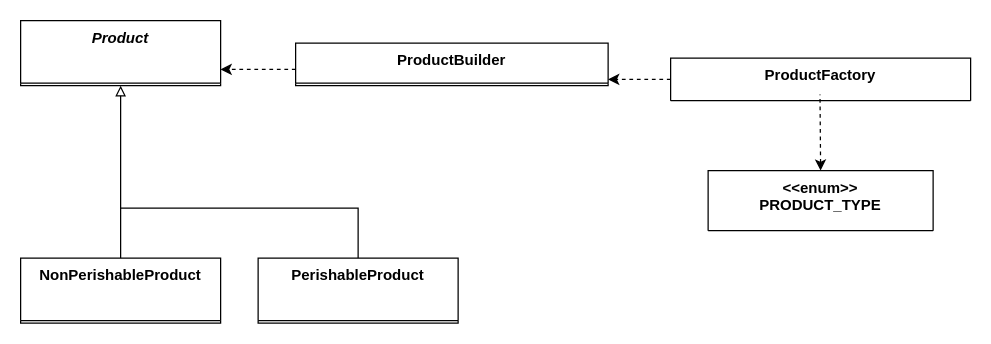
Above: Products concept.drawio in John-Ad/prg2-group-project (draw.io), before the change. Source tidied: cells renumbered, new cells numbered last; positions are measured from the earlier drawing's top-left corner, leaving out a move shared by most shapes. Both pictures are drawn from the tidied source at 125%, with x=0, y=0 at pixel (20, 20).
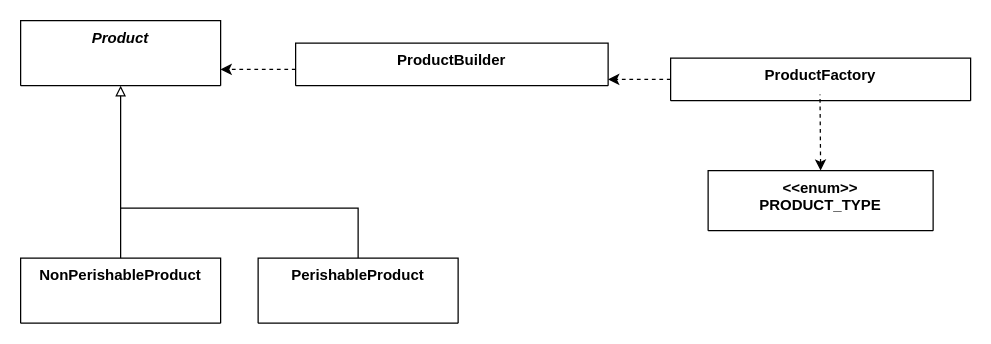
The same diagram, later.

Diff of the diagram source:
```diff
@@
 <mxGraphModel>
   <root>
     <mxCell id="0" />
     <mxCell id="1" parent="0" />
-    <mxCell id="2" value="Product" style="swimlane;fontStyle=3;align=center;verticalAlign=top;horizontal=1;startSize=50;" parent="1" vertex="1">
+    <mxCell id="2" value="Product" style="swimlane;fontStyle=3;align=center;verticalAlign=top;horizontal=1;startSize=52;" parent="1" vertex="1">
       <mxGeometry width="160" height="52" as="geometry" />
     </mxCell>
     <mxCell id="3" value="ProductFactory" style="swimlane;fontStyle=1;align=center;verticalAlign=top;horizontal=1;startSize=34;" parent="1" vertex="1">
       <mxGeometry x="520" y="30" width="240" height="34" as="geometry" />
     </mxCell>
-    <mxCell id="4" value="ProductBuilder" style="swimlane;fontStyle=1;align=center;verticalAlign=top;horizontal=1;startSize=32;" parent="1" vertex="1">
+    <mxCell id="4" value="ProductBuilder" style="swimlane;fontStyle=1;align=center;verticalAlign=top;horizontal=1;startSize=34;" parent="1" vertex="1">
       <mxGeometry x="220" y="18" width="250" height="34" as="geometry" />
     </mxCell>
     <mxCell id="5" style="edgeStyle=orthogonalEdgeStyle;rounded=0;orthogonalLoop=1;jettySize=auto;html=1;exitX=0;exitY=0.5;exitDx=0;exitDy=0;entryX=1;entryY=0.5;entryDx=0;entryDy=0;dashed=1;" parent="1" edge="1">
       <mxGeometry relative="1" as="geometry">
         <mxPoint x="520" y="47" as="sourcePoint" />
         <mxPoint x="470" y="47" as="targetPoint" />
       </mxGeometry>
     </mxCell>
     <mxCell id="6" style="edgeStyle=orthogonalEdgeStyle;rounded=0;orthogonalLoop=1;jettySize=auto;html=1;endArrow=classic;endFill=1;entryX=1;entryY=0.5;entryDx=0;entryDy=0;dashed=1;" parent="1" edge="1">
       <mxGeometry relative="1" as="geometry">
         <mxPoint x="220" y="39" as="sourcePoint" />
         <mxPoint x="160" y="39" as="targetPoint" />
         <Array as="points">
           <mxPoint x="217" y="39" />
           <mxPoint x="217" y="39" />
         </Array>
       </mxGeometry>
     </mxCell>
     <mxCell id="7" style="edgeStyle=orthogonalEdgeStyle;rounded=0;jettySize=auto;html=1;exitX=0.5;exitY=0;exitDx=0;exitDy=0;entryX=0.498;entryY=0.966;entryDx=0;entryDy=0;entryPerimeter=0;dashed=1;endArrow=none;endFill=0;startArrow=classic;startFill=1;" parent="1" edge="1" source="8">
       <mxGeometry relative="1" as="geometry">
         <mxPoint x="639.5" y="59.1" as="targetPoint" />
       </mxGeometry>
     </mxCell>
     <mxCell id="8" value="&lt;&lt;enum&gt;&gt;&#10;PRODUCT_TYPE" style="swimlane;fontStyle=1;align=center;verticalAlign=top;horizontal=1;startSize=48;" parent="1" vertex="1">
       <mxGeometry x="550" y="120" width="180" height="48" as="geometry" />
     </mxCell>
     <mxCell id="9" style="edgeStyle=orthogonalEdgeStyle;rounded=0;jettySize=auto;html=1;exitX=0.5;exitY=0;exitDx=0;exitDy=0;entryX=0.5;entryY=1;entryDx=0;entryDy=0;entryPerimeter=0;endArrow=block;endFill=0;" parent="1" edge="1" source="10">
       <mxGeometry relative="1" as="geometry">
         <mxPoint x="80" y="52" as="targetPoint" />
       </mxGeometry>
     </mxCell>
-    <mxCell id="10" value="NonPerishableProduct" style="swimlane;fontStyle=1;align=center;verticalAlign=top;horizontal=1;startSize=50;" parent="1" vertex="1">
+    <mxCell id="10" value="NonPerishableProduct" style="swimlane;fontStyle=1;align=center;verticalAlign=top;horizontal=1;startSize=52;" parent="1" vertex="1">
       <mxGeometry y="190" width="160" height="52" as="geometry" />
     </mxCell>
     <mxCell id="11" style="edgeStyle=orthogonalEdgeStyle;rounded=0;jettySize=auto;html=1;exitX=0.5;exitY=0;exitDx=0;exitDy=0;endArrow=none;endFill=0;" parent="1" edge="1" source="12">
       <mxGeometry relative="1" as="geometry">
         <mxPoint x="80" y="150" as="targetPoint" />
         <Array as="points">
           <mxPoint x="270" y="150" />
         </Array>
       </mxGeometry>
     </mxCell>
-    <mxCell id="12" value="PerishableProduct" style="swimlane;fontStyle=1;align=center;verticalAlign=top;horizontal=1;startSize=50;" parent="1" vertex="1">
+    <mxCell id="12" value="PerishableProduct" style="swimlane;fontStyle=1;align=center;verticalAlign=top;horizontal=1;startSize=52;" parent="1" vertex="1">
       <mxGeometry x="190" y="190" width="160" height="52" as="geometry" />
     </mxCell>
   </root>
 </mxGraphModel>
```
